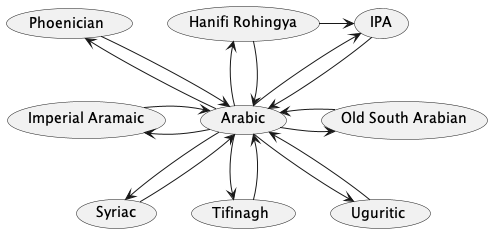
Above: packages/abjad-convert/doc/converters.png in amerharb/abjad-convert (PlantUML), before the change.
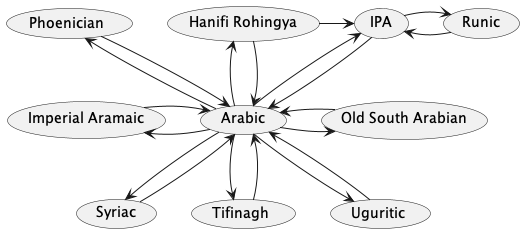
After the commit.

What changed in the source:
```diff
@@ -4,6 +4,8 @@
 (Arabic) <-up- (Hanifi Rohingya)
 (Arabic) -up-> (IPA)
 (Arabic) <-up- (IPA)
+(Runic) -left-> (IPA)
+(Runic) <-left- (IPA)
 (IPA) <-left- (Hanifi Rohingya)
 (Arabic) -up-> (Phoenician)
 (Arabic) <-up- (Phoenician)
```
